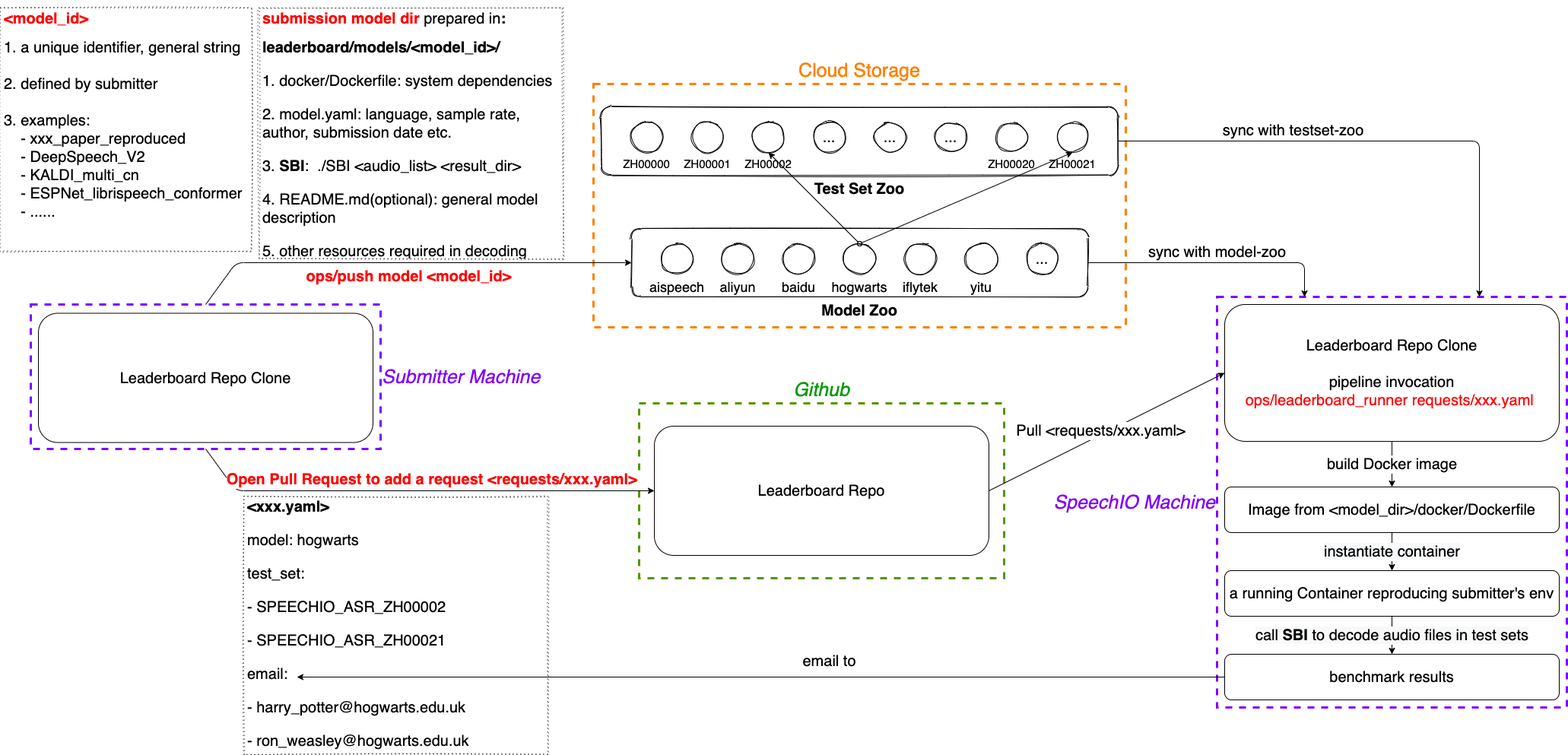
SpeechColab/Leaderboard keeps this draw.io diagram as misc/pipeline.png. Above is the earlier version. Source tidied: cells renumbered, new cells last; positions are measured from the earlier drawing's top-left corner, leaving out a move shared by most shapes.
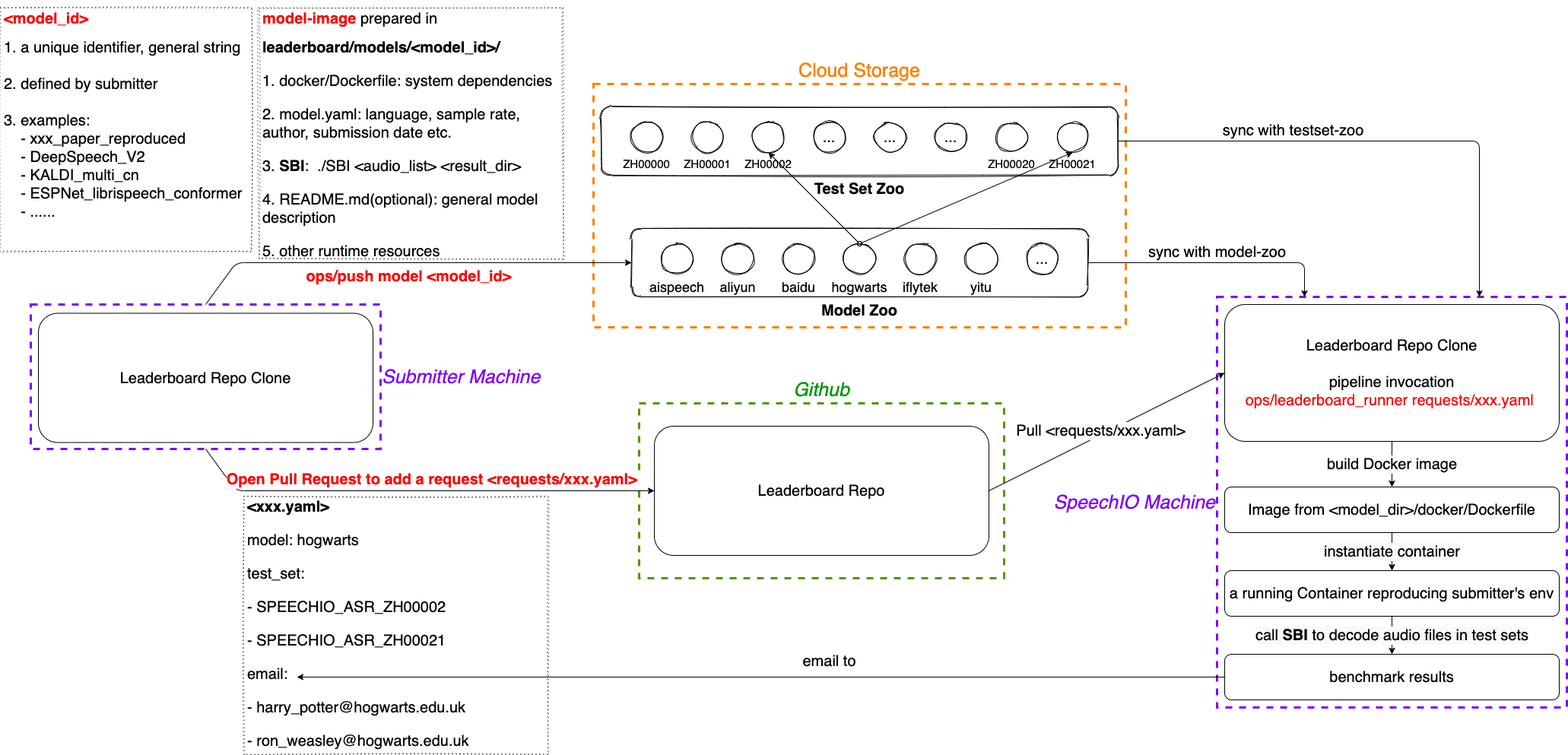
After the commit.

Commit message:
update pipeline figure

Change to the diagram source:
```diff
@@ -99,7 +99,7 @@
         </Array>
       </mxGeometry>
     </mxCell>
-    <mxCell id="31" value="&lt;h1 style=&quot;font-size: 20px&quot;&gt;&lt;font color=&quot;#ff0000&quot;&gt;submission model dir &lt;/font&gt;&lt;span style=&quot;font-weight: normal&quot;&gt;prepared in&lt;/span&gt;:&lt;/h1&gt;&lt;h1 style=&quot;font-size: 20px&quot;&gt;leaderboard/models/&amp;lt;model_id&amp;gt;/&lt;/h1&gt;&lt;p style=&quot;font-size: 20px&quot;&gt;1. docker/Dockerfile: system dependencies&lt;/p&gt;&lt;p style=&quot;font-size: 20px&quot;&gt;2. model.yaml: language, sample rate, author, submission date etc.&lt;/p&gt;&lt;p style=&quot;font-size: 20px&quot;&gt;3. &lt;b&gt;SBI&lt;/b&gt;:&amp;nbsp;&amp;nbsp;&lt;span&gt;./SBI &amp;lt;audio_list&amp;gt; &amp;lt;result_dir&amp;gt;&lt;/span&gt;&lt;/p&gt;&lt;p style=&quot;font-size: 20px&quot;&gt;4. README.md(optional): general model description&lt;/p&gt;&lt;p style=&quot;font-size: 20px&quot;&gt;5. other resources required in decoding&lt;/p&gt;" style="text;html=1;spacing=5;spacingTop=-20;whiteSpace=wrap;overflow=hidden;rounded=0;glass=0;dashed=1;fontSize=20;strokeColor=#000000;dashPattern=1 4;fillColor=#ffffff;sketch=1;verticalAlign=top;" parent="1" vertex="1">
+    <mxCell id="31" value="&lt;h1 style=&quot;font-size: 20px&quot;&gt;&lt;font color=&quot;#ff0000&quot;&gt;model-image&lt;/font&gt;&lt;span style=&quot;font-weight: normal&quot;&gt; prepared in&lt;/span&gt;&lt;/h1&gt;&lt;h1 style=&quot;font-size: 20px&quot;&gt;leaderboard/models/&amp;lt;model_id&amp;gt;/&lt;/h1&gt;&lt;p style=&quot;font-size: 20px&quot;&gt;1. docker/Dockerfile: system dependencies&lt;/p&gt;&lt;p style=&quot;font-size: 20px&quot;&gt;2. model.yaml: language, sample rate, author, submission date etc.&lt;/p&gt;&lt;p style=&quot;font-size: 20px&quot;&gt;3. &lt;b&gt;SBI&lt;/b&gt;:&amp;nbsp;&amp;nbsp;&lt;span&gt;./SBI &amp;lt;audio_list&amp;gt; &amp;lt;result_dir&amp;gt;&lt;/span&gt;&lt;/p&gt;&lt;p style=&quot;font-size: 20px&quot;&gt;4. README.md(optional): general model description&lt;/p&gt;&lt;p style=&quot;font-size: 20px&quot;&gt;5. other runtime resources&lt;/p&gt;" style="text;html=1;spacing=5;spacingTop=-20;whiteSpace=wrap;overflow=hidden;rounded=0;glass=0;dashed=1;fontSize=20;strokeColor=#000000;dashPattern=1 4;fillColor=#ffffff;sketch=1;verticalAlign=top;" parent="1" vertex="1">
       <mxGeometry x="340" width="400" height="330" as="geometry" />
     </mxCell>
     <mxCell id="32" value="&lt;h1 style=&quot;font-size: 20px;&quot;&gt;&amp;lt;xxx.yaml&amp;gt;&lt;/h1&gt;&lt;p style=&quot;font-size: 20px;&quot;&gt;model: hogwarts&lt;/p&gt;&lt;p style=&quot;font-size: 20px;&quot;&gt;test_set:&lt;/p&gt;&lt;p style=&quot;font-size: 20px;&quot;&gt;&lt;span style=&quot;font-size: 20px;&quot;&gt;- SPEECHIO_ASR_ZH00002&lt;/span&gt;&lt;/p&gt;&lt;p style=&quot;font-size: 20px;&quot;&gt;&lt;span style=&quot;font-size: 20px;&quot;&gt;- SPEECHIO_ASR_ZH00021&amp;nbsp;&lt;/span&gt;&lt;/p&gt;&lt;p style=&quot;font-size: 20px;&quot;&gt;&lt;span style=&quot;font-size: 20px;&quot;&gt;email:&lt;/span&gt;&lt;/p&gt;&lt;p style=&quot;font-size: 20px;&quot;&gt;&lt;span style=&quot;font-size: 20px;&quot;&gt;- harry_potter@hogwarts.edu.uk&lt;/span&gt;&lt;/p&gt;&lt;p style=&quot;font-size: 20px;&quot;&gt;- ron_weasley@hogwarts.edu.uk&lt;/p&gt;&lt;p style=&quot;font-size: 20px;&quot;&gt;&lt;br style=&quot;font-size: 20px;&quot;&gt;&lt;/p&gt;" style="text;html=1;spacing=5;spacingTop=-20;whiteSpace=wrap;overflow=hidden;rounded=0;glass=0;dashed=1;fontSize=20;strokeColor=#000000;dashPattern=1 4;fillColor=#ffffff;shadow=0;sketch=1;" parent="1" vertex="1">
```
